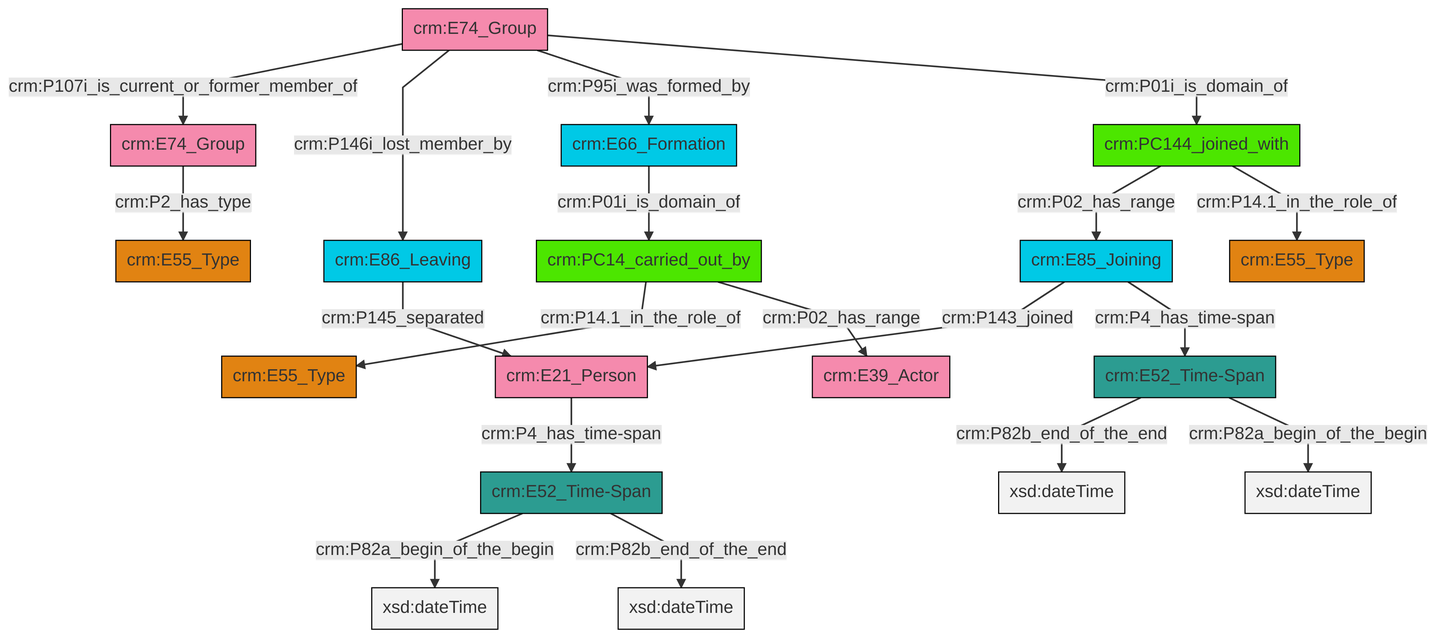
Above: et/groupCSV/ttl/mmd/png/group_actor_relations.png in swiss-art-research-net/docs.swissartresearch (Mermaid), before the change. Its source is kept beside it as et/groupCSV/ttl/mmd/group_actor_relations.ttl.mmd.
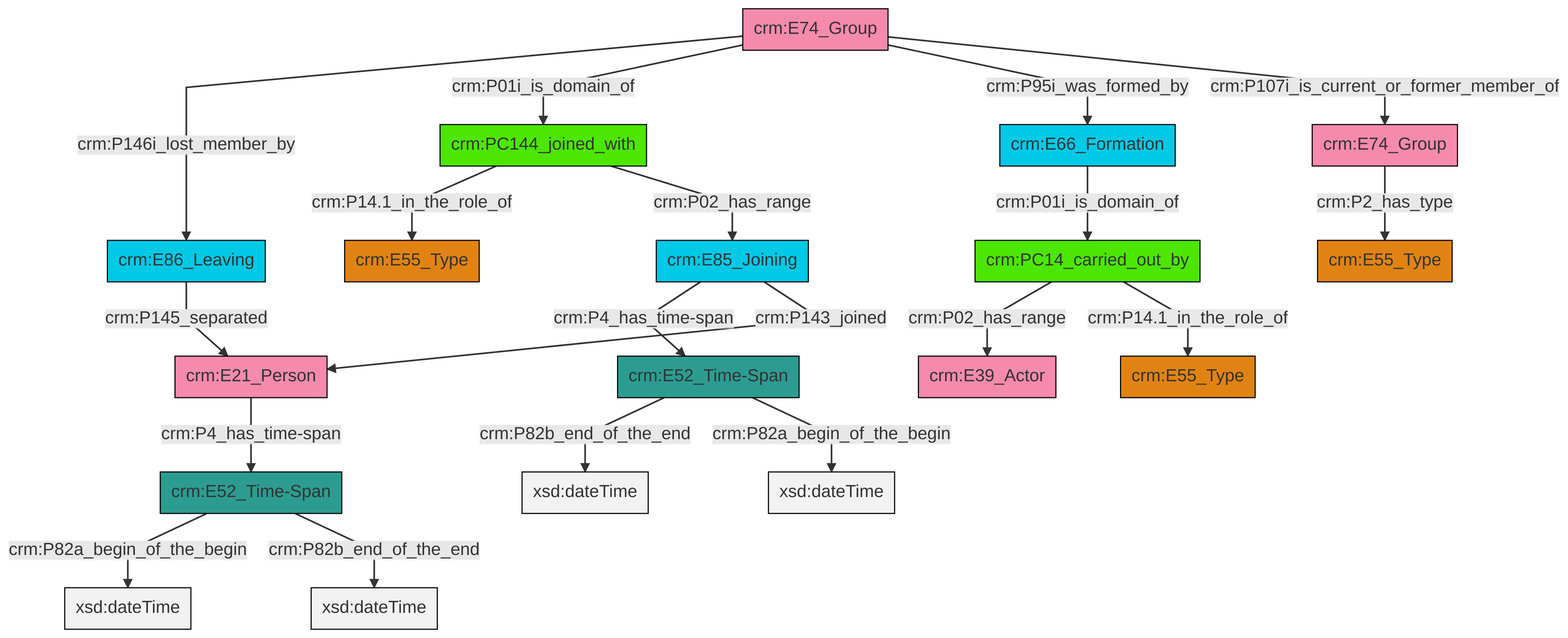
The same file after the commit.

What changed in the source:
```diff
@@ -13,21 +13,21 @@
 classDef PC_Classes fill:#4ce600, stroke:#000000;
 classDef Multi fill:#cccccc,stroke:#000000;
 
-0["crm:E85_Joining"]:::Temporal_Entity -->|crm:P143_joined| 1["crm:E21_Person"]:::Actor
-4["crm:E74_Group"]:::Actor -->|crm:P107i_is_current_or_former_member_of| 5["crm:E74_Group"]:::Actor
-6["crm:E52_Time-Span"]:::Time-Span -->|crm:P82a_begin_of_the_begin| 7[xsd:dateTime]:::Literal
-5["crm:E74_Group"]:::Actor -->|crm:P2_has_type| 9["crm:E55_Type"]:::Type
-10["crm:PC144_joined_with"]:::PC_Classes -->|crm:P02_has_range| 0["crm:E85_Joining"]:::Temporal_Entity
-12["crm:E66_Formation"]:::Temporal_Entity -->|crm:P01i_is_domain_of| 13["crm:PC14_carried_out_by"]:::PC_Classes
-13["crm:PC14_carried_out_by"]:::PC_Classes -->|crm:P14.1_in_the_role_of| 2["crm:E55_Type"]:::Type
-10["crm:PC144_joined_with"]:::PC_Classes -->|crm:P14.1_in_the_role_of| 14["crm:E55_Type"]:::Type
-13["crm:PC14_carried_out_by"]:::PC_Classes -->|crm:P02_has_range| 15["crm:E39_Actor"]:::Actor
-1["crm:E21_Person"]:::Actor -->|crm:P4_has_time-span| 6["crm:E52_Time-Span"]:::Time-Span
-4["crm:E74_Group"]:::Actor -->|crm:P146i_lost_member_by| 17["crm:E86_Leaving"]:::Temporal_Entity
-17["crm:E86_Leaving"]:::Temporal_Entity -->|crm:P145_separated| 1["crm:E21_Person"]:::Actor
-6["crm:E52_Time-Span"]:::Time-Span -->|crm:P82b_end_of_the_end| 24[xsd:dateTime]:::Literal
-22["crm:E52_Time-Span"]:::Time-Span -->|crm:P82b_end_of_the_end| 27[xsd:dateTime]:::Literal
-4["crm:E74_Group"]:::Actor -->|crm:P95i_was_formed_by| 12["crm:E66_Formation"]:::Temporal_Entity
-22["crm:E52_Time-Span"]:::Time-Span -->|crm:P82a_begin_of_the_begin| 31[xsd:dateTime]:::Literal
-4["crm:E74_Group"]:::Actor -->|crm:P01i_is_domain_of| 10["crm:PC144_joined_with"]:::PC_Classes
-0["crm:E85_Joining"]:::Temporal_Entity -->|crm:P4_has_time-span| 22["crm:E52_Time-Span"]:::Time-Span
+0["crm:E52_Time-Span"]:::Time-Span -->|crm:P82a_begin_of_the_begin| 1[xsd:dateTime]:::Literal
+8["crm:E74_Group"]:::Actor -->|crm:P146i_lost_member_by| 6["crm:E86_Leaving"]:::Temporal_Entity
+6["crm:E86_Leaving"]:::Temporal_Entity -->|crm:P145_separated| 4["crm:E21_Person"]:::Actor
+4["crm:E21_Person"]:::Actor -->|crm:P4_has_time-span| 0["crm:E52_Time-Span"]:::Time-Span
+0["crm:E52_Time-Span"]:::Time-Span -->|crm:P82b_end_of_the_end| 14[xsd:dateTime]:::Literal
+12["crm:E52_Time-Span"]:::Time-Span -->|crm:P82b_end_of_the_end| 17[xsd:dateTime]:::Literal
+19["crm:PC144_joined_with"]:::PC_Classes -->|crm:P14.1_in_the_role_of| 15["crm:E55_Type"]:::Type
+20["crm:PC14_carried_out_by"]:::PC_Classes -->|crm:P02_has_range| 2["crm:E39_Actor"]:::Actor
+21["crm:E85_Joining"]:::Temporal_Entity -->|crm:P4_has_time-span| 12["crm:E52_Time-Span"]:::Time-Span
+8["crm:E74_Group"]:::Actor -->|crm:P01i_is_domain_of| 19["crm:PC144_joined_with"]:::PC_Classes
+12["crm:E52_Time-Span"]:::Time-Span -->|crm:P82a_begin_of_the_begin| 23[xsd:dateTime]:::Literal
+21["crm:E85_Joining"]:::Temporal_Entity -->|crm:P143_joined| 4["crm:E21_Person"]:::Actor
+20["crm:PC14_carried_out_by"]:::PC_Classes -->|crm:P14.1_in_the_role_of| 26["crm:E55_Type"]:::Type
+8["crm:E74_Group"]:::Actor -->|crm:P95i_was_formed_by| 28["crm:E66_Formation"]:::Temporal_Entity
+28["crm:E66_Formation"]:::Temporal_Entity -->|crm:P01i_is_domain_of| 20["crm:PC14_carried_out_by"]:::PC_Classes
+8["crm:E74_Group"]:::Actor -->|crm:P107i_is_current_or_former_member_of| 9["crm:E74_Group"]:::Actor
+19["crm:PC144_joined_with"]:::PC_Classes -->|crm:P02_has_range| 21["crm:E85_Joining"]:::Temporal_Entity
+9["crm:E74_Group"]:::Actor -->|crm:P2_has_type| 24["crm:E55_Type"]:::Type
```
